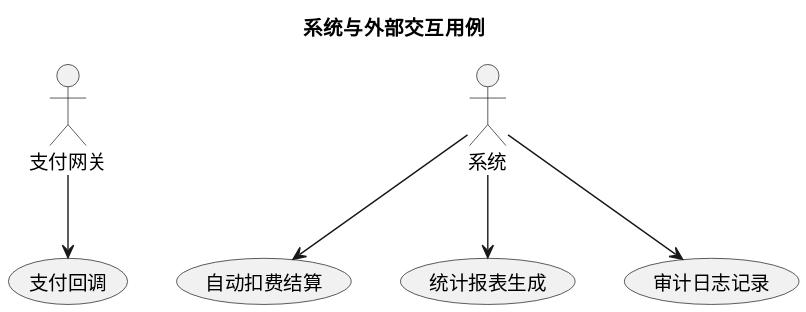
The PlantUML diagram usecase/docs/overview/img/external_usecases.svg in greenhandzdl/charging-station-doc, before a commit. The source it was exported from:
```plantuml
@startuml
title 系统与外部交互用例
skinparam useCaseShape rectangle

actor "支付网关" as P
actor "系统" as S

usecase "支付回调" as CB
usecase "自动扣费结算" as AUTO
usecase "统计报表生成" as GS
usecase "审计日志记录" as AUDIT

P --> CB
S --> AUTO
S --> GS
S --> AUDIT
@enduml
```
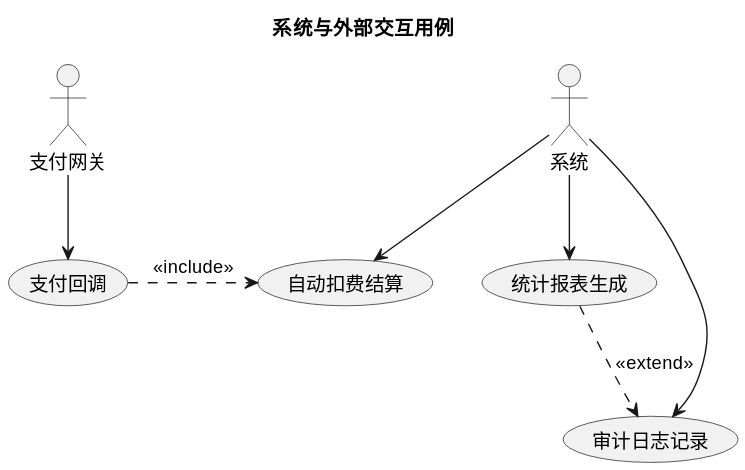
The same diagram one commit later.

The edit, as a diff of the source:
```diff
@@ -14,4 +14,7 @@
 S --> AUTO
 S --> GS
 S --> AUDIT
+
+AUTO <.left. CB : <<include>>
+GS ..> AUDIT : <<extend>>
 @enduml
```
